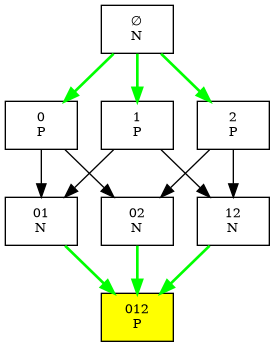
Before: game_tree/decision_tree_012.png, a diagram exported from Graphviz (AdirAli/sparse-ruler-n-p-position). Its source is kept beside it as game_tree/decision_tree_012.dot.
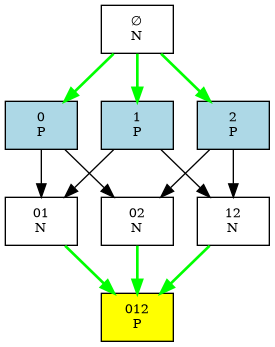
The same diagram one commit later.

What changed in the source:
```diff
@@ -2,13 +2,13 @@
   rankdir=TB;
   node [shape=box, fontsize=10];
   n0 [label="∅\nN"];
-  n1 [label="0\nP"];
+  n1 [label="0\nP", style=filled, fillcolor=lightblue];
   n2 [label="01\nN"];
   n3 [label="012\nP", style=filled, fillcolor=yellow];
   n4 [label="02\nN"];
-  n5 [label="1\nP"];
+  n5 [label="1\nP", style=filled, fillcolor=lightblue];
   n6 [label="12\nN"];
-  n7 [label="2\nP"];
+  n7 [label="2\nP", style=filled, fillcolor=lightblue];
 
   n0 -> n1 [color=green, penwidth=2.0];
   n0 -> n5 [color=green, penwidth=2.0];
```
